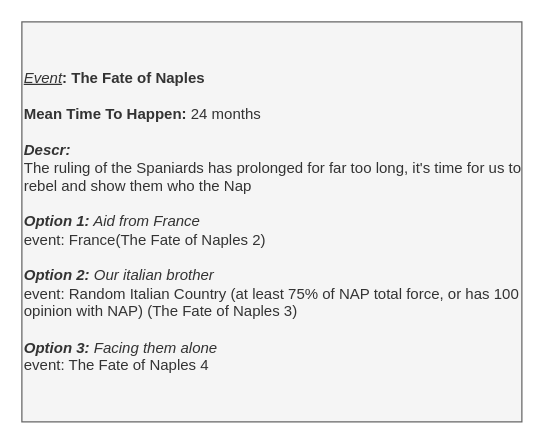
Before: page "Events" (2 of 2) of Genoa/It's Pesto Time 0.1.drawio in Melvasul/Missions-Expanded, a draw.io diagram. Source tidied: cells renumbered, new cells numbered last; positions are measured from the earlier drawing's top-left corner, leaving out a move shared by most shapes. Both pictures are drawn from the tidied source at 125%, with x=0, y=0 at pixel (21, 21).
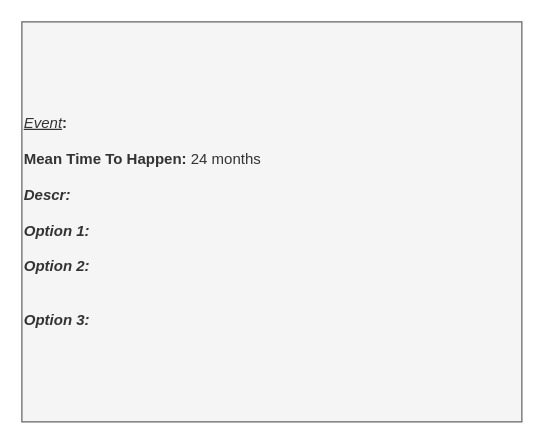
Above is the later version.

Diff of the diagram source:
```diff
@@
 <mxGraphModel>
   <root>
     <mxCell id="0" />
     <mxCell id="1" parent="0" />
-    <mxCell id="2" value="&lt;div style=&quot;font-size: 12px&quot;&gt;&lt;i&gt;&lt;u&gt;Event&lt;/u&gt;&lt;/i&gt;&lt;b&gt;: The Fate of Naples&lt;/b&gt;&lt;/div&gt;&lt;div style=&quot;font-size: 12px&quot;&gt;&lt;b&gt;&lt;br&gt;&lt;/b&gt;&lt;/div&gt;&lt;div style=&quot;font-size: 12px&quot;&gt;&lt;b&gt;Mean Time To Happen: &lt;/b&gt;24 months&lt;/div&gt;&lt;div style=&quot;font-size: 12px&quot;&gt;&lt;b&gt;&lt;br&gt;&lt;/b&gt;&lt;/div&gt;&lt;div&gt;&lt;font&gt;&lt;div style=&quot;font-size: 12px&quot;&gt;&lt;b style=&quot;font-size: 12px&quot;&gt;&lt;i style=&quot;font-size: 12px&quot;&gt;Descr:&lt;/i&gt;&lt;/b&gt;&lt;/div&gt;&lt;div&gt;The ruling of the Spaniards has prolonged for far too long, it's time for us to rebel and show them who the Nap&lt;/div&gt;&lt;/font&gt;&lt;/div&gt;&lt;div&gt;&lt;br&gt;&lt;/div&gt;&lt;div style=&quot;font-size: 12px&quot;&gt;&lt;/div&gt;&lt;font&gt;&lt;b style=&quot;font-size: 12px ; font-style: italic&quot;&gt;Option 1:&lt;/b&gt;&lt;span style=&quot;font-size: 12px ; font-style: italic&quot;&gt; &lt;/span&gt;&lt;span style=&quot;font-size: 12px ; font-style: italic&quot;&gt;Aid from France&lt;/span&gt;&lt;br&gt;event: France(The Fate of Naples 2)&lt;br&gt;&lt;br&gt;&lt;span style=&quot;font-size: 12px&quot;&gt;&lt;i&gt;&lt;b&gt;Option 2:&lt;/b&gt; Our italian brother&lt;/i&gt;&lt;/span&gt;&lt;br&gt;&lt;div&gt;event: Random Italian Country (at least 75% of NAP total force, or has 100 opinion with NAP) (The Fate of Naples 3)&lt;br&gt;&lt;/div&gt;&lt;div&gt;&lt;br&gt;&lt;/div&gt;&lt;div&gt;&lt;i style=&quot;font-weight: bold&quot;&gt;Option 3: &lt;/i&gt;&lt;i&gt;Facing them alone&lt;/i&gt;&lt;/div&gt;&lt;div&gt;event: The Fate of Naples 4&lt;i&gt;&lt;br&gt;&lt;/i&gt;&lt;/div&gt;&lt;/font&gt;" style="rounded=0;whiteSpace=wrap;html=1;align=left;fontSize=12;fillColor=#f5f5f5;strokeColor=#666666;fontColor=#333333;" parent="1" vertex="1">
+    <mxCell id="2" value="&lt;div style=&quot;font-size: 12px&quot;&gt;&lt;i&gt;&lt;u&gt;Event&lt;/u&gt;&lt;/i&gt;&lt;b&gt;:&amp;nbsp;&lt;/b&gt;&lt;/div&gt;&lt;div style=&quot;font-size: 12px&quot;&gt;&lt;b&gt;&lt;br&gt;&lt;/b&gt;&lt;/div&gt;&lt;div style=&quot;font-size: 12px&quot;&gt;&lt;b&gt;Mean Time To Happen: &lt;/b&gt;24 months&lt;/div&gt;&lt;div style=&quot;font-size: 12px&quot;&gt;&lt;b&gt;&lt;br&gt;&lt;/b&gt;&lt;/div&gt;&lt;div&gt;&lt;font&gt;&lt;div style=&quot;font-size: 12px&quot;&gt;&lt;b style=&quot;font-size: 12px&quot;&gt;&lt;i style=&quot;font-size: 12px&quot;&gt;Descr:&lt;/i&gt;&lt;/b&gt;&lt;/div&gt;&lt;/font&gt;&lt;/div&gt;&lt;div&gt;&lt;br&gt;&lt;/div&gt;&lt;div style=&quot;font-size: 12px&quot;&gt;&lt;/div&gt;&lt;font&gt;&lt;b style=&quot;font-size: 12px ; font-style: italic&quot;&gt;Option 1:&lt;/b&gt;&lt;span style=&quot;font-size: 12px ; font-style: italic&quot;&gt; &lt;/span&gt;&lt;br&gt;&lt;br&gt;&lt;span style=&quot;font-size: 12px&quot;&gt;&lt;i&gt;&lt;b&gt;Option 2:&lt;/b&gt;&amp;nbsp;&lt;/i&gt;&lt;/span&gt;&lt;br&gt;&lt;div&gt;&lt;br&gt;&lt;/div&gt;&lt;div&gt;&lt;br&gt;&lt;/div&gt;&lt;div&gt;&lt;i style=&quot;font-weight: bold&quot;&gt;Option 3:&amp;nbsp;&lt;/i&gt;&lt;/div&gt;&lt;/font&gt;" style="rounded=0;whiteSpace=wrap;html=1;align=left;fontSize=12;fillColor=#f5f5f5;strokeColor=#666666;fontColor=#333333;" parent="1" vertex="1">
       <mxGeometry width="400" height="320" as="geometry" />
     </mxCell>
   </root>
 </mxGraphModel>
```
